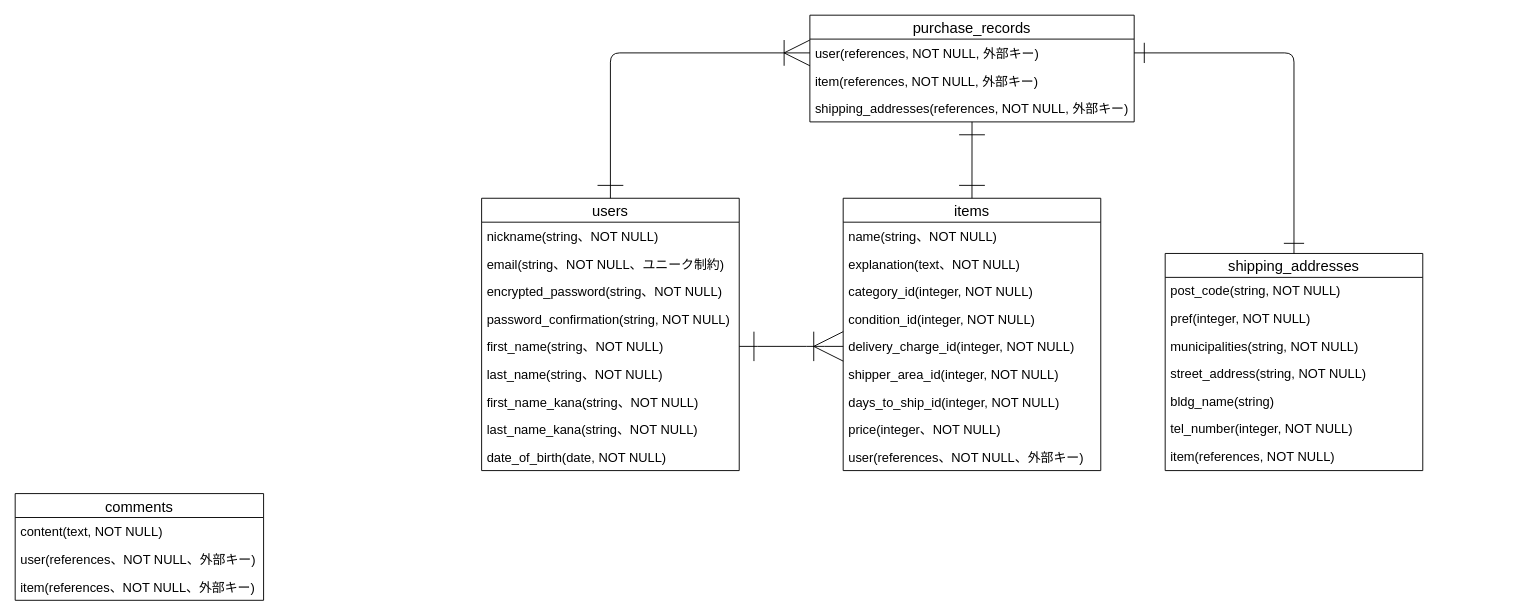
KAZUbcda/furima-39612 keeps this draw.io diagram as furima.dio. Above is the earlier version. Source tidied: cells renumbered, new cells numbered last; positions are measured from the earlier drawing's top-left corner, leaving out a move shared by most shapes. Both pictures are drawn from the tidied source at 92%, with x=0, y=0 at pixel (15, 15).
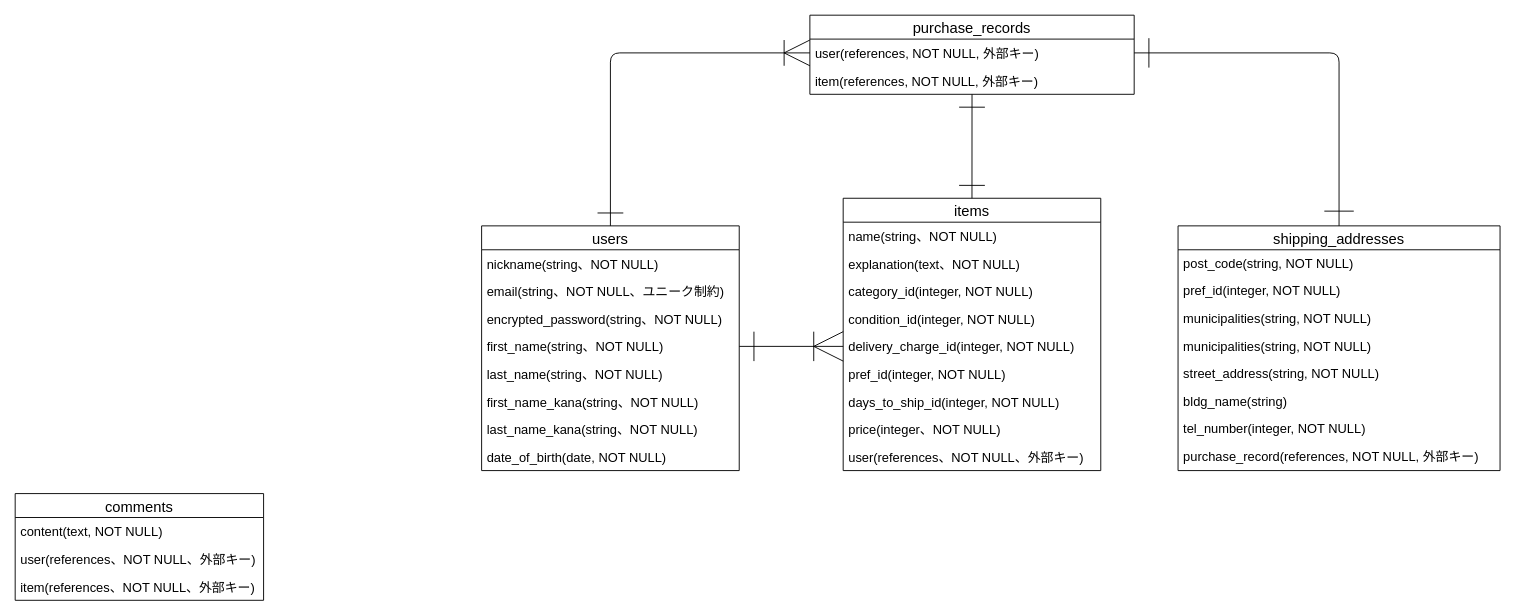
The same page after the edit.

Commit message (it also covers changes not shown here):
ER図、READMEのコードレビュー3

Unchanged cells that the change refers to:
```xml
<mxCell id="12" value="items" style="swimlane;fontStyle=0;horizontal=1;startSize=26;align=center;fontSize=16;" parent="1" vertex="1">
  <mxGeometry x="900" y="199" width="280" height="296" as="geometry" />
</mxCell>
<mxCell id="17" value="delivery_charge_id(integer, NOT NULL)" style="text;strokeColor=none;fillColor=none;spacingLeft=4;spacingRight=4;overflow=hidden;points=[[0,0.5],[1,0.5]];portConstraint=eastwest;fontSize=14;verticalAlign=middle;" parent="12" vertex="1">
  <mxGeometry y="146" width="280" height="30" as="geometry" />
</mxCell>
<mxCell id="36" value="user(references, NOT NULL, 外部キー)" style="text;strokeColor=none;fillColor=none;spacingLeft=4;spacingRight=4;overflow=hidden;points=[[0,0.5],[1,0.5]];portConstraint=eastwest;fontSize=14;verticalAlign=middle;" parent="35" vertex="1">
  <mxGeometry y="26" width="352.5" height="30" as="geometry" />
</mxCell>
```

The edit, as a diff of the source:
```diff
@@
     <mxCell id="2" value="users" style="swimlane;fontStyle=0;horizontal=1;startSize=26;align=center;fontSize=16;verticalAlign=middle;" parent="1" vertex="1">
-      <mxGeometry x="507" y="199" width="280" height="296" as="geometry" />
+      <mxGeometry x="507" y="229" width="280" height="266" as="geometry" />
     </mxCell>
@@
-    <mxCell id="6" value="password_confirmation(string, NOT NULL)" style="text;strokeColor=none;fillColor=none;spacingLeft=4;spacingRight=4;overflow=hidden;fontSize=14;verticalAlign=middle;" parent="2" vertex="1">
-      <mxGeometry y="116" width="280" height="30" as="geometry" />
-    </mxCell>
     <mxCell id="7" value="first_name(string、NOT NULL)" style="text;strokeColor=none;fillColor=none;spacingLeft=4;spacingRight=4;overflow=hidden;points=[[0,0.5],[1,0.5]];portConstraint=eastwest;fontSize=14;verticalAlign=middle;spacing=2;horizontal=1;spacingBottom=0;fontStyle=0;" parent="2" vertex="1">
-      <mxGeometry y="146" width="280" height="30" as="geometry" />
+      <mxGeometry y="116" width="280" height="30" as="geometry" />
     </mxCell>
     <mxCell id="8" value="last_name(string、NOT NULL)" style="text;strokeColor=none;fillColor=none;spacingLeft=4;spacingRight=4;overflow=hidden;fontSize=14;verticalAlign=middle;" parent="2" vertex="1">
-      <mxGeometry y="176" width="280" height="30" as="geometry" />
+      <mxGeometry y="146" width="280" height="30" as="geometry" />
     </mxCell>
     <mxCell id="9" value="first_name_kana(string、NOT NULL)" style="text;strokeColor=none;fillColor=none;spacingLeft=4;spacingRight=4;overflow=hidden;fontSize=14;verticalAlign=middle;" parent="2" vertex="1">
-      <mxGeometry y="206" width="280" height="30" as="geometry" />
+      <mxGeometry y="176" width="280" height="30" as="geometry" />
     </mxCell>
     <mxCell id="10" value="last_name_kana(string、NOT NULL)" style="text;strokeColor=none;fillColor=none;spacingLeft=4;spacingRight=4;overflow=hidden;fontSize=14;verticalAlign=middle;" parent="2" vertex="1">
-      <mxGeometry y="236" width="280" height="30" as="geometry" />
+      <mxGeometry y="206" width="280" height="30" as="geometry" />
     </mxCell>
     <mxCell id="11" value="date_of_birth(date, NOT NULL)" style="text;strokeColor=none;fillColor=none;spacingLeft=4;spacingRight=4;overflow=hidden;fontSize=14;verticalAlign=middle;" parent="2" vertex="1">
-      <mxGeometry y="266" width="280" height="30" as="geometry" />
+      <mxGeometry y="236" width="280" height="30" as="geometry" />
     </mxCell>
@@
-    <mxCell id="18" value="shipper_area_id(integer, NOT NULL)" style="text;strokeColor=none;fillColor=none;spacingLeft=4;spacingRight=4;overflow=hidden;fontSize=14;verticalAlign=middle;" parent="12" vertex="1">
+    <mxCell id="18" value="pref_id(integer, NOT NULL)" style="text;strokeColor=none;fillColor=none;spacingLeft=4;spacingRight=4;overflow=hidden;fontSize=14;verticalAlign=middle;" parent="12" vertex="1">
       <mxGeometry y="176" width="280" height="30" as="geometry" />
     </mxCell>
@@
     <mxCell id="26" value="shipping_addresses" style="swimlane;fontStyle=0;horizontal=1;startSize=26;align=center;fontSize=16;" parent="1" vertex="1">
-      <mxGeometry x="1250" y="259" width="280" height="236" as="geometry" />
+      <mxGeometry x="1264" y="229" width="350" height="266" as="geometry" />
     </mxCell>
     <mxCell id="27" value="post_code(string, NOT NULL)" style="text;strokeColor=none;fillColor=none;spacingLeft=4;spacingRight=4;overflow=hidden;fontSize=14;" parent="26" vertex="1">
-      <mxGeometry y="26" width="280" height="30" as="geometry" />
+      <mxGeometry y="26" width="350" height="30" as="geometry" />
     </mxCell>
-    <mxCell id="28" value="pref(integer, NOT NULL)" style="text;strokeColor=none;fillColor=none;spacingLeft=4;spacingRight=4;overflow=hidden;fontSize=14;" parent="26" vertex="1">
-      <mxGeometry y="56" width="280" height="30" as="geometry" />
+    <mxCell id="28" value="pref_id(integer, NOT NULL)" style="text;strokeColor=none;fillColor=none;spacingLeft=4;spacingRight=4;overflow=hidden;fontSize=14;" parent="26" vertex="1">
+      <mxGeometry y="56" width="350" height="30" as="geometry" />
     </mxCell>
     <mxCell id="29" value="municipalities(string, NOT NULL)" style="text;strokeColor=none;fillColor=none;spacingLeft=4;spacingRight=4;overflow=hidden;fontSize=14;" parent="26" vertex="1">
-      <mxGeometry y="86" width="280" height="30" as="geometry" />
+      <mxGeometry y="86" width="350" height="30" as="geometry" />
     </mxCell>
+    <mxCell id="42" value="municipalities(string, NOT NULL)" style="text;strokeColor=none;fillColor=none;spacingLeft=4;spacingRight=4;overflow=hidden;fontSize=14;" parent="26" vertex="1">
+      <mxGeometry y="116" width="350" height="30" as="geometry" />
+    </mxCell>
     <mxCell id="30" value="street_address(string, NOT NULL)" style="text;strokeColor=none;fillColor=none;spacingLeft=4;spacingRight=4;overflow=hidden;fontSize=14;" parent="26" vertex="1">
-      <mxGeometry y="116" width="280" height="30" as="geometry" />
+      <mxGeometry y="146" width="350" height="30" as="geometry" />
     </mxCell>
     <mxCell id="31" value="bldg_name(string)" style="text;strokeColor=none;fillColor=none;spacingLeft=4;spacingRight=4;overflow=hidden;fontSize=14;" parent="26" vertex="1">
-      <mxGeometry y="146" width="280" height="30" as="geometry" />
+      <mxGeometry y="176" width="350" height="30" as="geometry" />
     </mxCell>
     <mxCell id="32" value="tel_number(integer, NOT NULL)" style="text;strokeColor=none;fillColor=none;spacingLeft=4;spacingRight=4;overflow=hidden;fontSize=14;" parent="26" vertex="1">
-      <mxGeometry y="176" width="280" height="30" as="geometry" />
+      <mxGeometry y="206" width="350" height="30" as="geometry" />
     </mxCell>
-    <mxCell id="33" value="item(references, NOT NULL)" style="text;strokeColor=none;fillColor=none;spacingLeft=4;spacingRight=4;overflow=hidden;fontSize=14;" parent="26" vertex="1">
-      <mxGeometry y="206" width="280" height="30" as="geometry" />
+    <mxCell id="33" value="purchase_record(references, NOT NULL, 外部キー)" style="text;strokeColor=none;fillColor=none;spacingLeft=4;spacingRight=4;overflow=hidden;fontSize=14;" parent="26" vertex="1">
+      <mxGeometry y="236" width="350" height="30" as="geometry" />
     </mxCell>
-    <mxCell id="34" style="edgeStyle=entityRelationEdgeStyle;fontSize=12;html=1;endArrow=ERoneToMany;startSize=30;sourcePerimeterSpacing=0;endSize=30;startArrow=ERone;startFill=0;entryX=0;entryY=0.5;entryDx=0;entryDy=0;exitX=1;exitY=0.5;exitDx=0;exitDy=0;" parent="1" edge="1" source="7" target="17">
+    <mxCell id="34" style="fontSize=12;html=1;endArrow=ERoneToMany;startSize=30;sourcePerimeterSpacing=0;endSize=30;startArrow=ERone;startFill=0;entryX=0;entryY=0.5;entryDx=0;entryDy=0;exitX=1;exitY=0.5;exitDx=0;exitDy=0;edgeStyle=orthogonalEdgeStyle;" parent="1" edge="1" source="7" target="17">
       <mxGeometry relative="1" as="geometry" />
     </mxCell>
     <mxCell id="35" value="purchase_records" style="swimlane;fontStyle=0;horizontal=1;startSize=26;align=center;fontSize=16;" parent="1" vertex="1">
-      <mxGeometry x="863.8" width="352.5" height="116" as="geometry" />
+      <mxGeometry x="863.8" width="352.5" height="86" as="geometry" />
     </mxCell>
@@
-    <mxCell id="38" value="shipping_addresses(references, NOT NULL, 外部キー)" style="text;strokeColor=none;fillColor=none;spacingLeft=4;spacingRight=4;overflow=hidden;fontSize=14;verticalAlign=middle;" parent="35" vertex="1">
-      <mxGeometry y="86" width="352.5" height="30" as="geometry" />
-    </mxCell>
@@
-    <mxCell id="41" style="edgeStyle=elbowEdgeStyle;fontSize=12;html=1;endArrow=ERone;endSize=20;endFill=0;startArrow=ERone;startFill=0;startSize=20;targetPerimeterSpacing=0;entryX=0.5;entryY=0;entryDx=0;entryDy=0;exitX=1;exitY=0.5;exitDx=0;exitDy=0;" parent="1" edge="1" source="36" target="26">
+    <mxCell id="41" style="edgeStyle=elbowEdgeStyle;fontSize=12;html=1;endArrow=ERone;endSize=30;endFill=0;startArrow=ERone;startFill=0;startSize=30;targetPerimeterSpacing=0;entryX=0.5;entryY=0;entryDx=0;entryDy=0;exitX=1;exitY=0.5;exitDx=0;exitDy=0;" parent="1" edge="1" source="36" target="26">
       <mxGeometry relative="1" as="geometry">
         <Array as="points">
-          <mxPoint x="1390" y="190" />
+          <mxPoint x="1439" y="130" />
         </Array>
       </mxGeometry>
     </mxCell>
```
